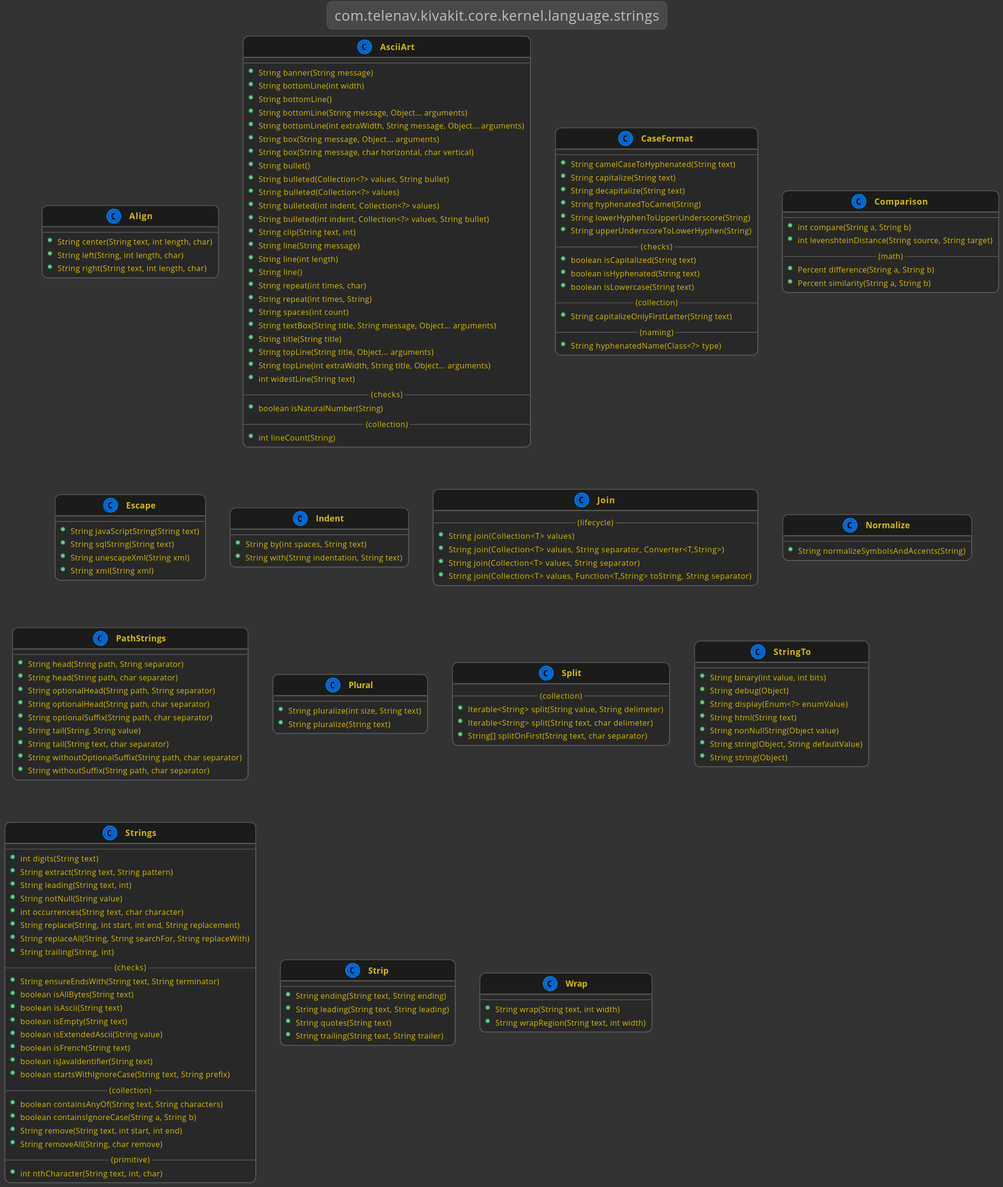
Earlier version of the PlantUML export kivakit-core/kernel/documentation/diagrams/com.telenav.kivakit.core.kernel.language.strings.svg (Telenav/kivakit).
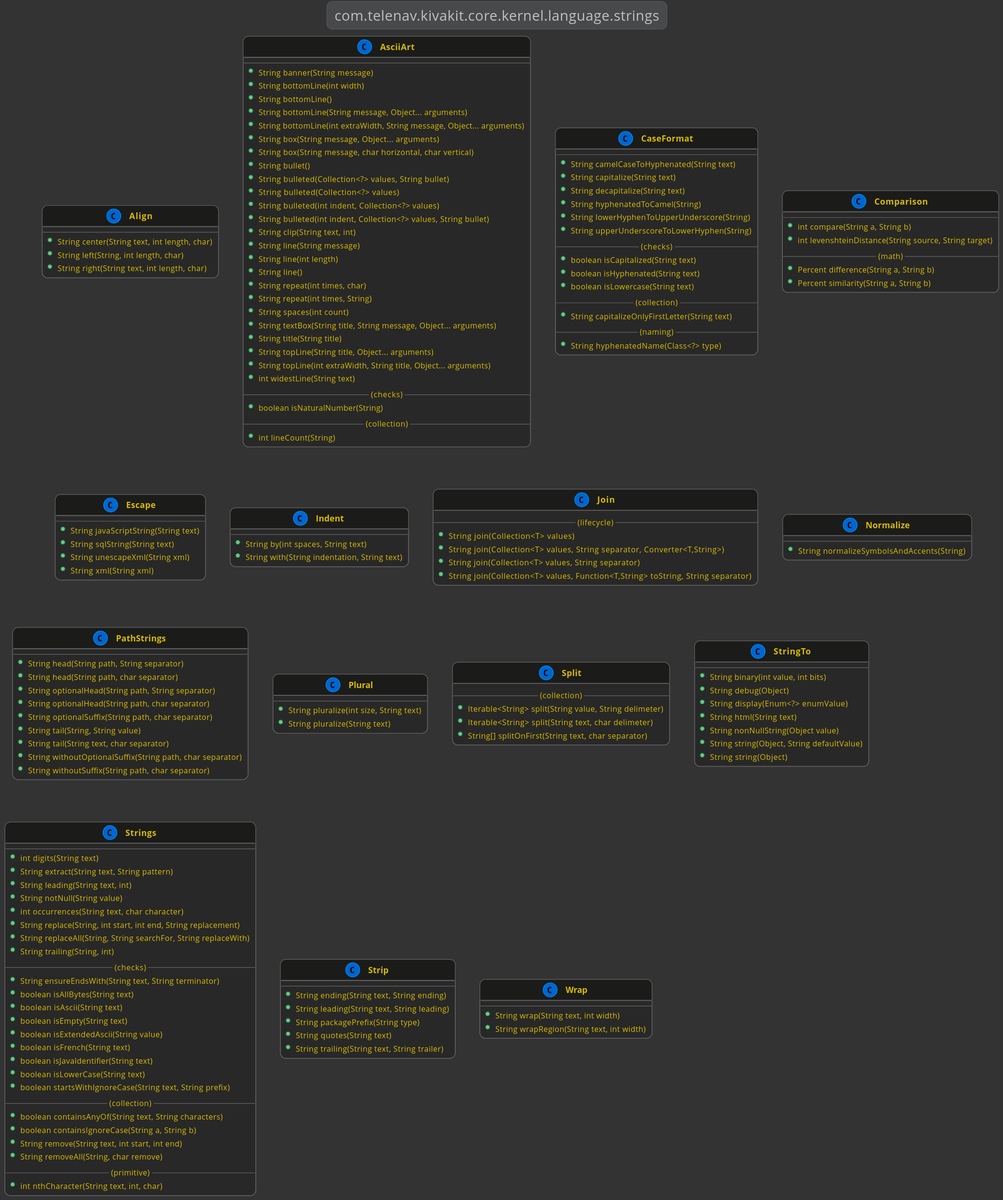
After the commit.

The edit, as a diff of the source:
```diff
@@ -1,6 +1,6 @@
 @startuml
 
-    !include ../lexakai.theme
+    !include ../lexakai/lexakai.theme
 
     title "com.telenav.kivakit.core.kernel.language.strings"
 
@@ -165,6 +165,7 @@
         +boolean isExtendedAscii(String value)
         +boolean isFrench(String text)
         +boolean isJavaIdentifier(String text)
+        +boolean isLowerCase(String text)
         +boolean startsWithIgnoreCase(String text, String prefix)
         --(collection)--
         +boolean containsAnyOf(String text, String characters)
@@ -180,6 +181,7 @@
         --
         +String ending(String text, String ending)
         +String leading(String text, String leading)
+        +String packagePrefix(String type)
         +String quotes(String text)
         +String trailing(String text, String trailer)
     }
```
